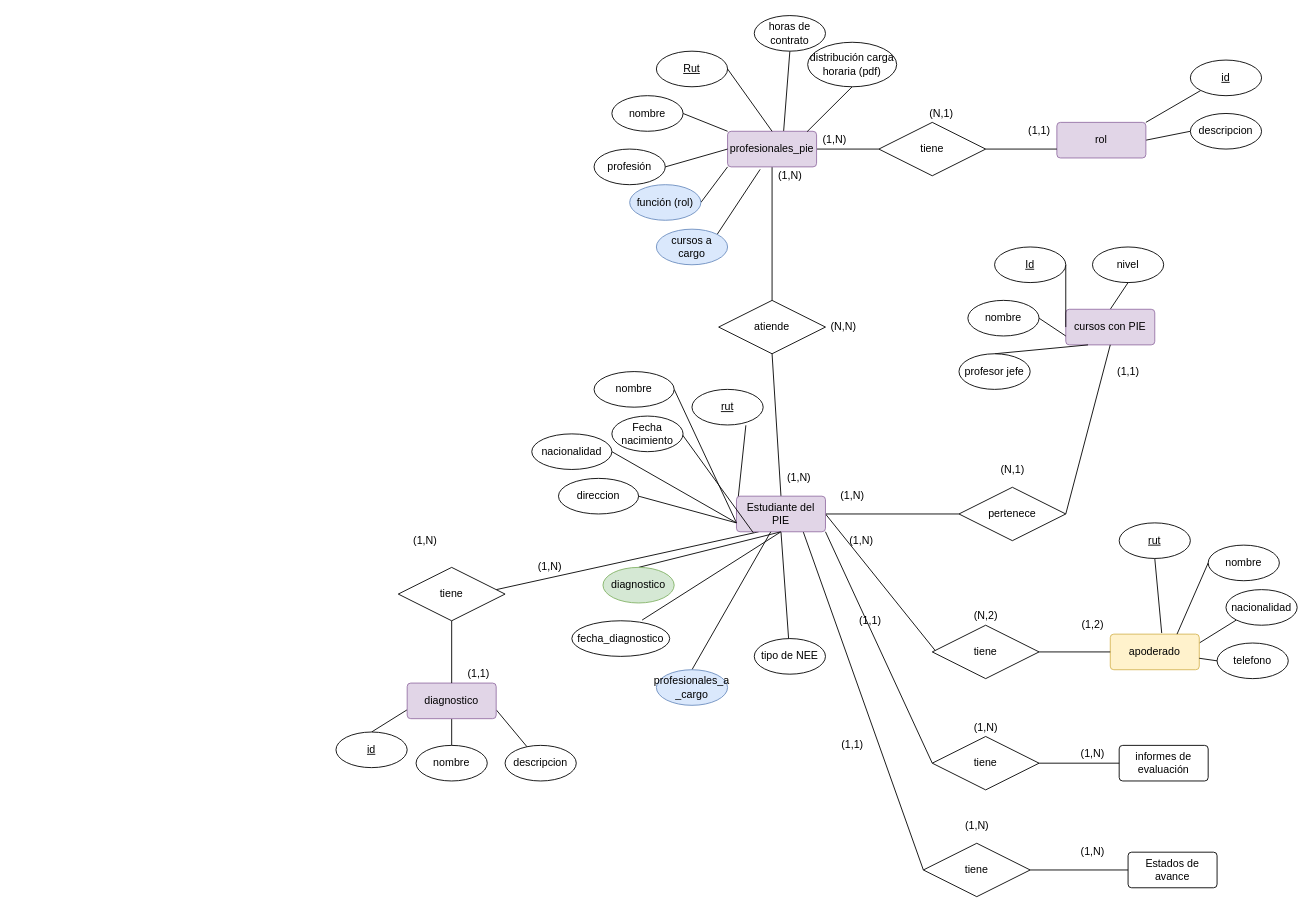
Earlier version of the draw.io diagram page "Modelo conceptual" (2 of 3) of caso_de_uso.drawio (German-G-M/Modelamiento_y_Normalizaci-n). Source tidied: cells renumbered, new cells numbered last; positions are measured from the earlier drawing's top-left corner, leaving out a move shared by most shapes. Both pictures are drawn from the tidied source at 89%, with x=0, y=0 at pixel (336, 15).
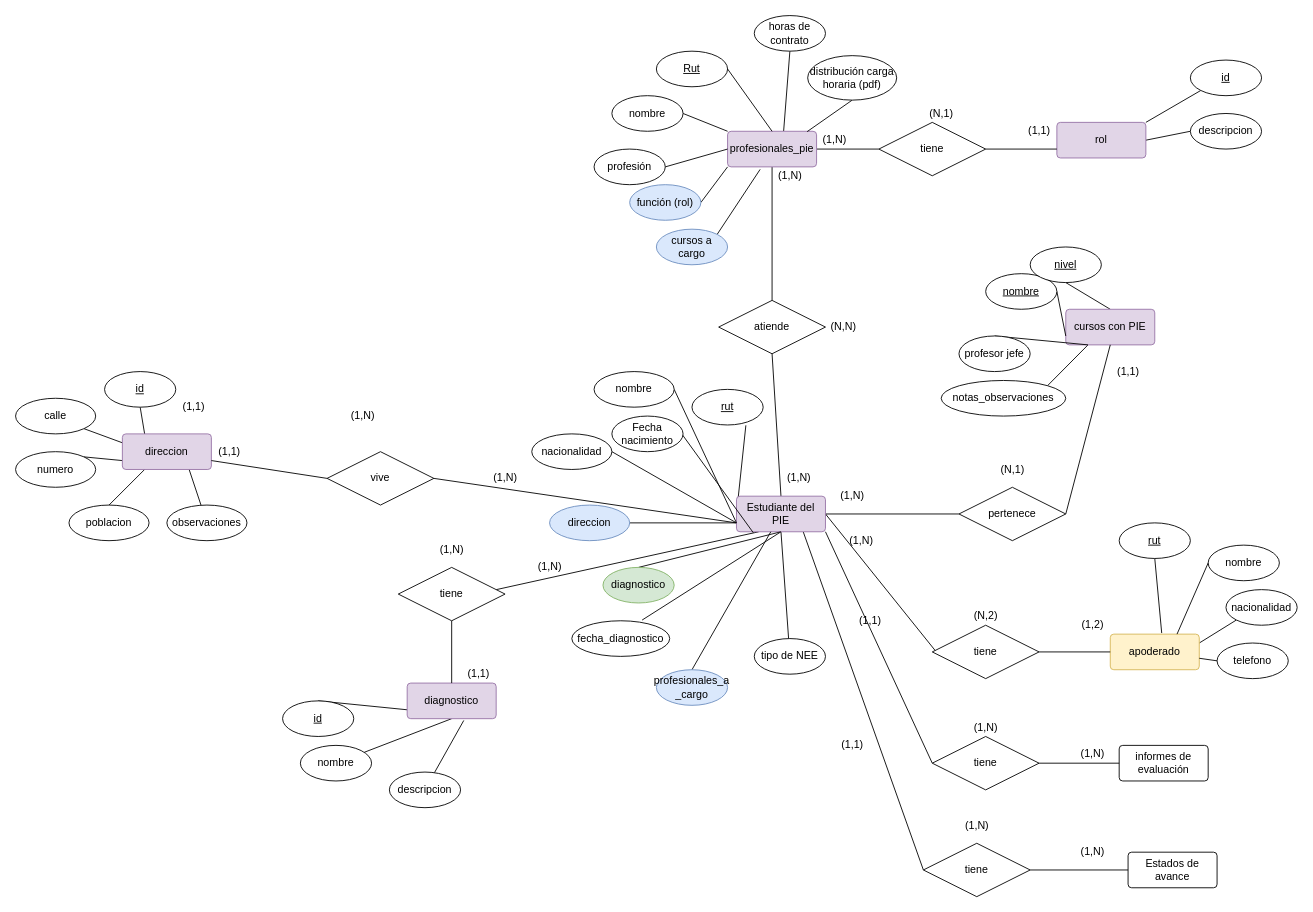
The same diagram, later.

Unchanged cells that the change refers to:
```xml
<mxCell id="25" value="cursos con PIE" style="rounded=1;arcSize=10;whiteSpace=wrap;html=1;align=center;fillColor=#e1d5e7;strokeColor=#9673a6;" parent="1" vertex="1">
  <mxGeometry x="820" y="330" width="100" height="40" as="geometry" />
</mxCell>
<mxCell id="41" value="Estudiante del PIE" style="rounded=1;arcSize=10;whiteSpace=wrap;html=1;align=center;fillColor=#e1d5e7;strokeColor=#9673a6;" parent="1" vertex="1">
  <mxGeometry x="450" y="540" width="100" height="40" as="geometry" />
</mxCell>
<mxCell id="97" value="diagnostico" style="rounded=1;arcSize=10;whiteSpace=wrap;html=1;align=center;fillColor=#e1d5e7;strokeColor=#9673a6;" parent="1" vertex="1">
  <mxGeometry x="80" y="750" width="100" height="40" as="geometry" />
</mxCell>
```

Diff of the diagram source:
```diff
@@
     <mxCell id="21" value="distribución carga horaria (pdf)" style="ellipse;whiteSpace=wrap;html=1;" parent="1" vertex="1">
-      <mxGeometry x="530" y="30" width="100" height="50" as="geometry" />
+      <mxGeometry x="530" y="45" width="100" height="50" as="geometry" />
     </mxCell>
@@
+    <mxCell id="110" style="edgeStyle=none;rounded=0;jettySize=auto;html=1;exitX=0.25;exitY=1;exitDx=0;exitDy=0;entryX=1;entryY=0;entryDx=0;entryDy=0;startArrow=none;startFill=0;endArrow=none;endFill=0;" parent="1" edge="1" source="25" target="129">
+      <mxGeometry relative="1" as="geometry" />
+    </mxCell>
@@
-    <mxCell id="26" style="edgeStyle=none;rounded=0;jettySize=auto;html=1;exitX=1;exitY=0.5;exitDx=0;exitDy=0;entryX=0;entryY=0.5;entryDx=0;entryDy=0;endArrow=none;endFill=0;" parent="1" edge="1" source="27" target="25">
-      <mxGeometry relative="1" as="geometry" />
-    </mxCell>
-    <mxCell id="27" value="&lt;u&gt;Id&lt;/u&gt;" style="ellipse;whiteSpace=wrap;html=1;" parent="1" vertex="1">
-      <mxGeometry x="740" y="260" width="80" height="40" as="geometry" />
-    </mxCell>
@@
-    <mxCell id="29" value="nombre" style="ellipse;whiteSpace=wrap;html=1;" parent="1" vertex="1">
-      <mxGeometry x="710" y="320" width="80" height="40" as="geometry" />
+    <mxCell id="29" value="&lt;u&gt;nombre&lt;/u&gt;" style="ellipse;whiteSpace=wrap;html=1;" parent="1" vertex="1">
+      <mxGeometry x="730" y="290" width="80" height="40" as="geometry" />
     </mxCell>
@@
     <mxCell id="31" value="profesor jefe" style="ellipse;whiteSpace=wrap;html=1;" parent="1" vertex="1">
-      <mxGeometry x="700" y="380" width="80" height="40" as="geometry" />
+      <mxGeometry x="700" y="360" width="80" height="40" as="geometry" />
     </mxCell>
@@
+    <mxCell id="111" style="edgeStyle=none;rounded=0;jettySize=auto;html=1;exitX=0;exitY=0.75;exitDx=0;exitDy=0;entryX=1;entryY=0.5;entryDx=0;entryDy=0;startArrow=none;startFill=0;endArrow=none;endFill=0;" parent="1" edge="1" source="41" target="119">
+      <mxGeometry relative="1" as="geometry" />
+    </mxCell>
@@
-    <mxCell id="76" value="nivel" style="ellipse;whiteSpace=wrap;html=1;" parent="1" vertex="1">
-      <mxGeometry x="850" y="260" width="80" height="40" as="geometry" />
+    <mxCell id="76" value="&lt;u&gt;nivel&lt;/u&gt;" style="ellipse;whiteSpace=wrap;html=1;" parent="1" vertex="1">
+      <mxGeometry x="780" y="260" width="80" height="40" as="geometry" />
     </mxCell>
@@
-    <mxCell id="96" style="edgeStyle=none;rounded=0;jettySize=auto;html=1;exitX=1;exitY=0.75;exitDx=0;exitDy=0;startArrow=none;startFill=0;endArrow=none;endFill=0;" parent="1" edge="1" source="97" target="102">
+    <mxCell id="96" style="edgeStyle=none;rounded=0;jettySize=auto;html=1;exitX=0.636;exitY=1.05;exitDx=0;exitDy=0;startArrow=none;startFill=0;endArrow=none;endFill=0;exitPerimeter=0;" parent="1" edge="1" source="97" target="102">
       <mxGeometry relative="1" as="geometry" />
     </mxCell>
@@
     <mxCell id="100" value="&lt;u&gt;id&lt;/u&gt;" style="ellipse;whiteSpace=wrap;html=1;" parent="1" vertex="1">
-      <mxGeometry y="805" width="80" height="40" as="geometry" />
+      <mxGeometry x="-60" y="770" width="80" height="40" as="geometry" />
     </mxCell>
     <mxCell id="101" value="nombre" style="ellipse;whiteSpace=wrap;html=1;" parent="1" vertex="1">
-      <mxGeometry x="90" y="820" width="80" height="40" as="geometry" />
+      <mxGeometry x="-40" y="820" width="80" height="40" as="geometry" />
     </mxCell>
     <mxCell id="102" value="descripcion" style="ellipse;whiteSpace=wrap;html=1;" parent="1" vertex="1">
-      <mxGeometry x="190" y="820" width="80" height="40" as="geometry" />
+      <mxGeometry x="60" y="850" width="80" height="40" as="geometry" />
     </mxCell>
@@
     <mxCell id="106" value="(1,N)" style="text;html=1;align=center;verticalAlign=middle;strokeColor=none;fillColor=none;" parent="1" vertex="1">
-      <mxGeometry x="80" y="580" width="40" height="20" as="geometry" />
+      <mxGeometry x="110" y="590" width="40" height="20" as="geometry" />
     </mxCell>
@@
-    <mxCell id="109" value="direccion" style="ellipse;whiteSpace=wrap;html=1;" parent="1" vertex="1">
-      <mxGeometry x="250" y="520" width="90" height="40" as="geometry" />
+    <mxCell id="109" value="direccion" style="ellipse;whiteSpace=wrap;html=1;fillColor=#dae8fc;strokeColor=#6c8ebf;" parent="1" vertex="1">
+      <mxGeometry x="240" y="550" width="90" height="40" as="geometry" />
     </mxCell>
+    <mxCell id="112" style="edgeStyle=none;rounded=0;jettySize=auto;html=1;exitX=0.25;exitY=1;exitDx=0;exitDy=0;entryX=0.5;entryY=0;entryDx=0;entryDy=0;startArrow=none;startFill=0;endArrow=none;endFill=0;" parent="1" edge="1" source="117" target="123">
+      <mxGeometry relative="1" as="geometry" />
+    </mxCell>
+    <mxCell id="113" style="edgeStyle=none;rounded=0;jettySize=auto;html=1;exitX=0;exitY=0.75;exitDx=0;exitDy=0;entryX=1;entryY=0;entryDx=0;entryDy=0;startArrow=none;startFill=0;endArrow=none;endFill=0;" parent="1" edge="1" source="117" target="122">
+      <mxGeometry relative="1" as="geometry" />
+    </mxCell>
+    <mxCell id="114" style="edgeStyle=none;rounded=0;jettySize=auto;html=1;exitX=0;exitY=0.25;exitDx=0;exitDy=0;entryX=1;entryY=1;entryDx=0;entryDy=0;startArrow=none;startFill=0;endArrow=none;endFill=0;" parent="1" edge="1" source="117" target="121">
+      <mxGeometry relative="1" as="geometry" />
+    </mxCell>
+    <mxCell id="115" style="edgeStyle=none;rounded=0;jettySize=auto;html=1;exitX=0.25;exitY=0;exitDx=0;exitDy=0;entryX=0.5;entryY=1;entryDx=0;entryDy=0;startArrow=none;startFill=0;endArrow=none;endFill=0;" parent="1" edge="1" source="117" target="120">
+      <mxGeometry relative="1" as="geometry" />
+    </mxCell>
+    <mxCell id="116" style="edgeStyle=none;rounded=0;jettySize=auto;html=1;exitX=0.75;exitY=1;exitDx=0;exitDy=0;startArrow=none;startFill=0;endArrow=none;endFill=0;" parent="1" edge="1" source="117" target="128">
+      <mxGeometry relative="1" as="geometry" />
+    </mxCell>
+    <mxCell id="117" value="direccion" style="rounded=1;arcSize=10;whiteSpace=wrap;html=1;align=center;fillColor=#e1d5e7;strokeColor=#9673a6;" parent="1" vertex="1">
+      <mxGeometry x="-240" y="470" width="100" height="40" as="geometry" />
+    </mxCell>
+    <mxCell id="118" style="edgeStyle=none;rounded=0;jettySize=auto;html=1;exitX=0;exitY=0.5;exitDx=0;exitDy=0;entryX=1;entryY=0.75;entryDx=0;entryDy=0;startArrow=none;startFill=0;endArrow=none;endFill=0;" parent="1" edge="1" source="119" target="117">
+      <mxGeometry relative="1" as="geometry" />
+    </mxCell>
+    <mxCell id="119" value="vive" style="shape=rhombus;perimeter=rhombusPerimeter;whiteSpace=wrap;html=1;align=center;" parent="1" vertex="1">
+      <mxGeometry x="-10" y="490" width="120" height="60" as="geometry" />
+    </mxCell>
+    <mxCell id="120" value="&lt;u&gt;id&lt;/u&gt;" style="ellipse;whiteSpace=wrap;html=1;" parent="1" vertex="1">
+      <mxGeometry x="-260" y="400" width="80" height="40" as="geometry" />
+    </mxCell>
+    <mxCell id="121" value="calle" style="ellipse;whiteSpace=wrap;html=1;" parent="1" vertex="1">
+      <mxGeometry x="-360" y="430" width="90" height="40" as="geometry" />
+    </mxCell>
+    <mxCell id="122" value="numero" style="ellipse;whiteSpace=wrap;html=1;" parent="1" vertex="1">
+      <mxGeometry x="-360" y="490" width="90" height="40" as="geometry" />
+    </mxCell>
+    <mxCell id="123" value="poblacion" style="ellipse;whiteSpace=wrap;html=1;" parent="1" vertex="1">
+      <mxGeometry x="-300" y="550" width="90" height="40" as="geometry" />
+    </mxCell>
+    <mxCell id="124" value="(1,1)" style="text;html=1;align=center;verticalAlign=middle;strokeColor=none;fillColor=none;" parent="1" vertex="1">
+      <mxGeometry x="-140" y="480" width="40" height="20" as="geometry" />
+    </mxCell>
+    <mxCell id="125" value="(1,N)" style="text;html=1;align=center;verticalAlign=middle;strokeColor=none;fillColor=none;" parent="1" vertex="1">
+      <mxGeometry x="170" y="510" width="40" height="20" as="geometry" />
+    </mxCell>
+    <mxCell id="126" value="(1,N)" style="text;html=1;align=center;verticalAlign=middle;strokeColor=none;fillColor=none;" parent="1" vertex="1">
+      <mxGeometry x="10" y="440" width="40" height="20" as="geometry" />
+    </mxCell>
+    <mxCell id="127" value="(1,1)" style="text;html=1;align=center;verticalAlign=middle;strokeColor=none;fillColor=none;" parent="1" vertex="1">
+      <mxGeometry x="-180" y="430" width="40" height="20" as="geometry" />
+    </mxCell>
+    <mxCell id="128" value="observaciones" style="ellipse;whiteSpace=wrap;html=1;" parent="1" vertex="1">
+      <mxGeometry x="-190" y="550" width="90" height="40" as="geometry" />
+    </mxCell>
+    <mxCell id="129" value="notas_observaciones" style="ellipse;whiteSpace=wrap;html=1;" parent="1" vertex="1">
+      <mxGeometry x="680" y="410" width="140" height="40" as="geometry" />
+    </mxCell>
```
